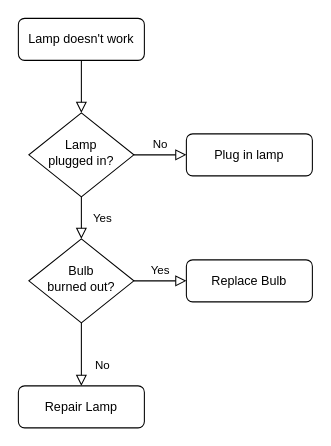
Above: Untitled Diagram.drawio in DavidHuang1973/hello-world (draw.io), before the change. Source tidied: cells renumbered, new cells numbered last; positions are measured from the earlier drawing's top-left corner, leaving out a move shared by most shapes. Both pictures are drawn from the tidied source at 105%, with x=0, y=0 at pixel (18, 18).
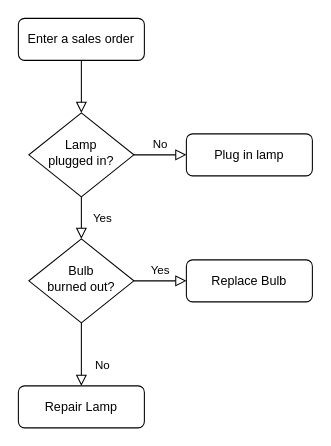
The same page after the edit.

Commit message:
Enter a sales order

Diff of the diagram source:
```diff
@@
 <mxGraphModel>
   <root>
     <mxCell id="0" />
     <mxCell id="1" parent="0" />
     <mxCell id="2" style="rounded=0;html=1;jettySize=auto;fontSize=11;endArrow=block;endFill=0;endSize=8;strokeWidth=1;shadow=0;labelBackgroundColor=none;edgeStyle=orthogonalEdgeStyle;" parent="1" edge="1" source="3" target="6">
       <mxGeometry relative="1" as="geometry" />
     </mxCell>
-    <mxCell id="3" value="Lamp doesn't work" style="rounded=1;whiteSpace=wrap;html=1;fontSize=12;glass=0;strokeWidth=1;shadow=0;" parent="1" vertex="1">
+    <mxCell id="3" value="Enter a sales order" style="rounded=1;whiteSpace=wrap;html=1;fontSize=12;glass=0;strokeWidth=1;shadow=0;" parent="1" vertex="1">
       <mxGeometry width="120" height="40" as="geometry" />
     </mxCell>
     <mxCell id="4" value="Yes" style="rounded=0;html=1;jettySize=auto;fontSize=11;endArrow=block;endFill=0;endSize=8;strokeWidth=1;shadow=0;labelBackgroundColor=none;edgeStyle=orthogonalEdgeStyle;" parent="1" edge="1" source="6" target="10">
       <mxGeometry y="20" relative="1" as="geometry" />
     </mxCell>
     <mxCell id="5" value="No" style="edgeStyle=orthogonalEdgeStyle;rounded=0;html=1;jettySize=auto;fontSize=11;endArrow=block;endFill=0;endSize=8;strokeWidth=1;shadow=0;labelBackgroundColor=none;" parent="1" edge="1" source="6" target="7">
       <mxGeometry y="10" relative="1" as="geometry" />
     </mxCell>
     <mxCell id="6" value="Lamp&lt;br&gt;plugged in?" style="rhombus;whiteSpace=wrap;html=1;shadow=0;fontFamily=Helvetica;fontSize=12;align=center;strokeWidth=1;spacing=6;spacingTop=-4;" parent="1" vertex="1">
       <mxGeometry x="10" y="90" width="100" height="80" as="geometry" />
     </mxCell>
     <mxCell id="7" value="Plug in lamp" style="rounded=1;whiteSpace=wrap;html=1;fontSize=12;glass=0;strokeWidth=1;shadow=0;" parent="1" vertex="1">
       <mxGeometry x="160" y="110" width="120" height="40" as="geometry" />
     </mxCell>
     <mxCell id="8" value="No" style="rounded=0;html=1;jettySize=auto;fontSize=11;endArrow=block;endFill=0;endSize=8;strokeWidth=1;shadow=0;labelBackgroundColor=none;edgeStyle=orthogonalEdgeStyle;" parent="1" edge="1" source="10" target="11">
       <mxGeometry x="0.33" y="20" relative="1" as="geometry" />
     </mxCell>
     <mxCell id="9" value="Yes" style="edgeStyle=orthogonalEdgeStyle;rounded=0;html=1;jettySize=auto;fontSize=11;endArrow=block;endFill=0;endSize=8;strokeWidth=1;shadow=0;labelBackgroundColor=none;" parent="1" edge="1" source="10" target="12">
       <mxGeometry y="10" relative="1" as="geometry" />
     </mxCell>
     <mxCell id="10" value="Bulb&lt;br&gt;burned out?" style="rhombus;whiteSpace=wrap;html=1;shadow=0;fontFamily=Helvetica;fontSize=12;align=center;strokeWidth=1;spacing=6;spacingTop=-4;" parent="1" vertex="1">
       <mxGeometry x="10" y="210" width="100" height="80" as="geometry" />
     </mxCell>
     <mxCell id="11" value="Repair Lamp" style="rounded=1;whiteSpace=wrap;html=1;fontSize=12;glass=0;strokeWidth=1;shadow=0;" parent="1" vertex="1">
       <mxGeometry y="350" width="120" height="40" as="geometry" />
     </mxCell>
     <mxCell id="12" value="Replace Bulb" style="rounded=1;whiteSpace=wrap;html=1;fontSize=12;glass=0;strokeWidth=1;shadow=0;" parent="1" vertex="1">
       <mxGeometry x="160" y="230" width="120" height="40" as="geometry" />
     </mxCell>
   </root>
 </mxGraphModel>
```
